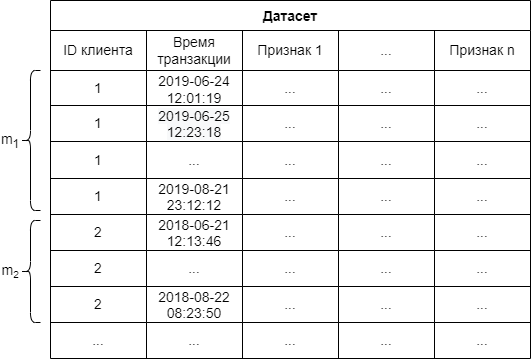
DenDiv/draw_io_graphs keeps this draw.io diagram as diplom_graphs/source_data.drawio.png. Above is the earlier version. Source tidied: cells renumbered, new cells last; positions are measured from the earlier drawing's top-left corner, leaving out a move shared by most shapes.
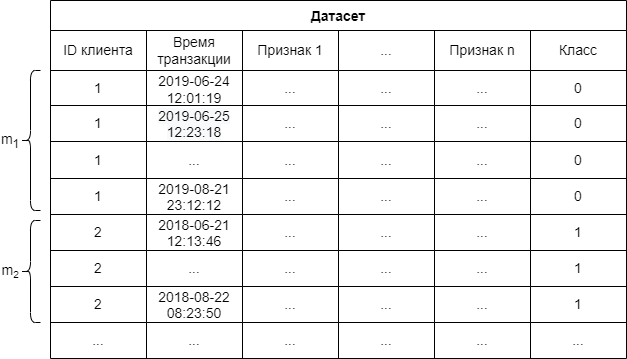
After the change.

What changed in the source:
```diff
@@ -3,10 +3,10 @@
     <mxCell id="0" />
     <mxCell id="1" parent="0" />
     <mxCell id="2" value="Датасет" style="shape=table;startSize=30;fontStyle=1;align=center;fontSize=14;" parent="1" vertex="1">
-      <mxGeometry x="50" width="480" height="358" as="geometry" />
+      <mxGeometry x="50" width="576" height="358" as="geometry" />
     </mxCell>
     <mxCell id="3" style="shape=tableRow;horizontal=0;startSize=0;swimlaneHead=0;swimlaneBody=0;top=0;left=0;bottom=0;right=0;fillColor=none;fontSize=14;" parent="2" vertex="1">
-      <mxGeometry y="30" width="480" height="40" as="geometry" />
+      <mxGeometry y="30" width="576" height="40" as="geometry" />
     </mxCell>
     <mxCell id="4" value="ID клиента" style="shape=partialRectangle;html=1;whiteSpace=wrap;fillColor=none;top=0;left=0;bottom=0;right=0;overflow=hidden;fontSize=14;align=center;verticalAlign=middle;" parent="3" vertex="1">
       <mxGeometry width="96" height="40" as="geometry" />
@@ -23,8 +23,11 @@
     <mxCell id="8" value="Признак n" style="shape=partialRectangle;html=1;whiteSpace=wrap;fillColor=none;top=0;left=0;bottom=0;right=0;overflow=hidden;fontSize=14;align=center;verticalAlign=middle;" parent="3" vertex="1">
       <mxGeometry x="384" width="96" height="40" as="geometry" />
     </mxCell>
+    <mxCell id="61" value="Класс" style="shape=partialRectangle;html=1;whiteSpace=wrap;fillColor=none;top=0;left=0;bottom=0;right=0;overflow=hidden;fontSize=14;align=center;verticalAlign=middle;" parent="3" vertex="1">
+      <mxGeometry x="480" width="96" height="40" as="geometry" />
+    </mxCell>
     <mxCell id="9" style="shape=tableRow;horizontal=0;startSize=0;swimlaneHead=0;swimlaneBody=0;top=0;left=0;bottom=0;right=0;fillColor=none;fontSize=14;" parent="2" vertex="1">
-      <mxGeometry y="70" width="480" height="35" as="geometry" />
+      <mxGeometry y="70" width="576" height="35" as="geometry" />
     </mxCell>
     <mxCell id="10" value="1" style="shape=partialRectangle;html=1;whiteSpace=wrap;fillColor=none;top=0;left=0;bottom=0;right=0;overflow=hidden;fontSize=14;" parent="9" vertex="1">
       <mxGeometry width="96" height="35" as="geometry" />
@@ -41,8 +44,11 @@
     <mxCell id="14" value="..." style="shape=partialRectangle;html=1;whiteSpace=wrap;fillColor=none;top=0;left=0;bottom=0;right=0;overflow=hidden;fontSize=14;" parent="9" vertex="1">
       <mxGeometry x="384" width="96" height="35" as="geometry" />
     </mxCell>
+    <mxCell id="62" value="0" style="shape=partialRectangle;html=1;whiteSpace=wrap;fillColor=none;top=0;left=0;bottom=0;right=0;overflow=hidden;fontSize=14;" parent="9" vertex="1">
+      <mxGeometry x="480" width="96" height="35" as="geometry" />
+    </mxCell>
     <mxCell id="15" style="shape=tableRow;horizontal=0;startSize=0;swimlaneHead=0;swimlaneBody=0;top=0;left=0;bottom=0;right=0;fillColor=none;fontSize=14;" parent="2" vertex="1">
-      <mxGeometry y="105" width="480" height="36" as="geometry" />
+      <mxGeometry y="105" width="576" height="36" as="geometry" />
     </mxCell>
     <mxCell id="16" value="1" style="shape=partialRectangle;html=1;whiteSpace=wrap;fillColor=none;top=0;left=0;bottom=0;right=0;overflow=hidden;fontSize=14;" parent="15" vertex="1">
       <mxGeometry width="96" height="36" as="geometry" />
@@ -59,8 +65,11 @@
     <mxCell id="20" value="..." style="shape=partialRectangle;html=1;whiteSpace=wrap;fillColor=none;top=0;left=0;bottom=0;right=0;overflow=hidden;fontSize=14;" parent="15" vertex="1">
       <mxGeometry x="384" width="96" height="36" as="geometry" />
     </mxCell>
+    <mxCell id="63" value="0" style="shape=partialRectangle;html=1;whiteSpace=wrap;fillColor=none;top=0;left=0;bottom=0;right=0;overflow=hidden;fontSize=14;" parent="15" vertex="1">
+      <mxGeometry x="480" width="96" height="36" as="geometry" />
+    </mxCell>
     <mxCell id="21" style="shape=tableRow;horizontal=0;startSize=0;swimlaneHead=0;swimlaneBody=0;top=0;left=0;bottom=0;right=0;fillColor=none;fontSize=14;" parent="2" vertex="1">
-      <mxGeometry y="141" width="480" height="37" as="geometry" />
+      <mxGeometry y="141" width="576" height="37" as="geometry" />
     </mxCell>
     <mxCell id="22" value="1" style="shape=partialRectangle;html=1;whiteSpace=wrap;fillColor=none;top=0;left=0;bottom=0;right=0;overflow=hidden;fontSize=14;" parent="21" vertex="1">
       <mxGeometry width="96" height="37" as="geometry" />
@@ -77,8 +86,11 @@
     <mxCell id="26" value="..." style="shape=partialRectangle;html=1;whiteSpace=wrap;fillColor=none;top=0;left=0;bottom=0;right=0;overflow=hidden;fontSize=14;" parent="21" vertex="1">
       <mxGeometry x="384" width="96" height="37" as="geometry" />
     </mxCell>
+    <mxCell id="64" value="0" style="shape=partialRectangle;html=1;whiteSpace=wrap;fillColor=none;top=0;left=0;bottom=0;right=0;overflow=hidden;fontSize=14;" parent="21" vertex="1">
+      <mxGeometry x="480" width="96" height="37" as="geometry" />
+    </mxCell>
     <mxCell id="27" style="shape=tableRow;horizontal=0;startSize=0;swimlaneHead=0;swimlaneBody=0;top=0;left=0;bottom=0;right=0;fillColor=none;fontSize=14;" parent="2" vertex="1">
-      <mxGeometry y="178" width="480" height="36" as="geometry" />
+      <mxGeometry y="178" width="576" height="36" as="geometry" />
     </mxCell>
     <mxCell id="28" value="1" style="shape=partialRectangle;html=1;whiteSpace=wrap;fillColor=none;top=0;left=0;bottom=0;right=0;overflow=hidden;fontSize=14;" parent="27" vertex="1">
       <mxGeometry width="96" height="36" as="geometry" />
@@ -95,8 +107,11 @@
     <mxCell id="32" value="..." style="shape=partialRectangle;html=1;whiteSpace=wrap;fillColor=none;top=0;left=0;bottom=0;right=0;overflow=hidden;fontSize=14;" parent="27" vertex="1">
       <mxGeometry x="384" width="96" height="36" as="geometry" />
     </mxCell>
+    <mxCell id="65" value="0" style="shape=partialRectangle;html=1;whiteSpace=wrap;fillColor=none;top=0;left=0;bottom=0;right=0;overflow=hidden;fontSize=14;" parent="27" vertex="1">
+      <mxGeometry x="480" width="96" height="36" as="geometry" />
+    </mxCell>
     <mxCell id="33" style="shape=tableRow;horizontal=0;startSize=0;swimlaneHead=0;swimlaneBody=0;top=0;left=0;bottom=0;right=0;fillColor=none;fontSize=14;" parent="2" vertex="1">
-      <mxGeometry y="214" width="480" height="36" as="geometry" />
+      <mxGeometry y="214" width="576" height="36" as="geometry" />
     </mxCell>
     <mxCell id="34" value="2" style="shape=partialRectangle;html=1;whiteSpace=wrap;fillColor=none;top=0;left=0;bottom=0;right=0;overflow=hidden;fontSize=14;" parent="33" vertex="1">
       <mxGeometry width="96" height="36" as="geometry" />
@@ -113,8 +128,11 @@
     <mxCell id="38" value="..." style="shape=partialRectangle;html=1;whiteSpace=wrap;fillColor=none;top=0;left=0;bottom=0;right=0;overflow=hidden;fontSize=14;" parent="33" vertex="1">
       <mxGeometry x="384" width="96" height="36" as="geometry" />
     </mxCell>
+    <mxCell id="66" value="1" style="shape=partialRectangle;html=1;whiteSpace=wrap;fillColor=none;top=0;left=0;bottom=0;right=0;overflow=hidden;fontSize=14;" parent="33" vertex="1">
+      <mxGeometry x="480" width="96" height="36" as="geometry" />
+    </mxCell>
     <mxCell id="39" style="shape=tableRow;horizontal=0;startSize=0;swimlaneHead=0;swimlaneBody=0;top=0;left=0;bottom=0;right=0;fillColor=none;fontSize=14;" parent="2" vertex="1">
-      <mxGeometry y="250" width="480" height="36" as="geometry" />
+      <mxGeometry y="250" width="576" height="36" as="geometry" />
     </mxCell>
     <mxCell id="40" value="2" style="shape=partialRectangle;html=1;whiteSpace=wrap;fillColor=none;top=0;left=0;bottom=0;right=0;overflow=hidden;fontSize=14;" parent="39" vertex="1">
       <mxGeometry width="96" height="36" as="geometry" />
@@ -131,8 +149,11 @@
     <mxCell id="44" value="..." style="shape=partialRectangle;html=1;whiteSpace=wrap;fillColor=none;top=0;left=0;bottom=0;right=0;overflow=hidden;fontSize=14;" parent="39" vertex="1">
       <mxGeometry x="384" width="96" height="36" as="geometry" />
     </mxCell>
+    <mxCell id="67" value="1" style="shape=partialRectangle;html=1;whiteSpace=wrap;fillColor=none;top=0;left=0;bottom=0;right=0;overflow=hidden;fontSize=14;" parent="39" vertex="1">
+      <mxGeometry x="480" width="96" height="36" as="geometry" />
+    </mxCell>
     <mxCell id="45" style="shape=tableRow;horizontal=0;startSize=0;swimlaneHead=0;swimlaneBody=0;top=0;left=0;bottom=0;right=0;fillColor=none;fontSize=14;" parent="2" vertex="1">
-      <mxGeometry y="286" width="480" height="36" as="geometry" />
+      <mxGeometry y="286" width="576" height="36" as="geometry" />
     </mxCell>
     <mxCell id="46" value="2" style="shape=partialRectangle;html=1;whiteSpace=wrap;fillColor=none;top=0;left=0;bottom=0;right=0;overflow=hidden;fontSize=14;" parent="45" vertex="1">
       <mxGeometry width="96" height="36" as="geometry" />
@@ -149,8 +170,11 @@
     <mxCell id="50" value="..." style="shape=partialRectangle;html=1;whiteSpace=wrap;fillColor=none;top=0;left=0;bottom=0;right=0;overflow=hidden;fontSize=14;" parent="45" vertex="1">
       <mxGeometry x="384" width="96" height="36" as="geometry" />
     </mxCell>
+    <mxCell id="68" value="1" style="shape=partialRectangle;html=1;whiteSpace=wrap;fillColor=none;top=0;left=0;bottom=0;right=0;overflow=hidden;fontSize=14;" parent="45" vertex="1">
+      <mxGeometry x="480" width="96" height="36" as="geometry" />
+    </mxCell>
     <mxCell id="51" style="shape=tableRow;horizontal=0;startSize=0;swimlaneHead=0;swimlaneBody=0;top=0;left=0;bottom=0;right=0;fillColor=none;fontSize=14;" parent="2" vertex="1">
-      <mxGeometry y="322" width="480" height="36" as="geometry" />
+      <mxGeometry y="322" width="576" height="36" as="geometry" />
     </mxCell>
     <mxCell id="52" value="..." style="shape=partialRectangle;html=1;whiteSpace=wrap;fillColor=none;top=0;left=0;bottom=0;right=0;overflow=hidden;fontSize=14;" parent="51" vertex="1">
       <mxGeometry width="96" height="36" as="geometry" />
@@ -167,6 +191,9 @@
     <mxCell id="56" value="..." style="shape=partialRectangle;html=1;whiteSpace=wrap;fillColor=none;top=0;left=0;bottom=0;right=0;overflow=hidden;fontSize=14;" parent="51" vertex="1">
       <mxGeometry x="384" width="96" height="36" as="geometry" />
     </mxCell>
+    <mxCell id="69" value="..." style="shape=partialRectangle;html=1;whiteSpace=wrap;fillColor=none;top=0;left=0;bottom=0;right=0;overflow=hidden;fontSize=14;" parent="51" vertex="1">
+      <mxGeometry x="480" width="96" height="36" as="geometry" />
+    </mxCell>
     <mxCell id="57" style="shape=curlyBracket;whiteSpace=wrap;html=1;rounded=1;labelPosition=left;verticalLabelPosition=middle;align=right;verticalAlign=middle;fontSize=14;" parent="1" vertex="1">
       <mxGeometry x="20" y="70" width="20" height="140" as="geometry" />
     </mxCell>
```
